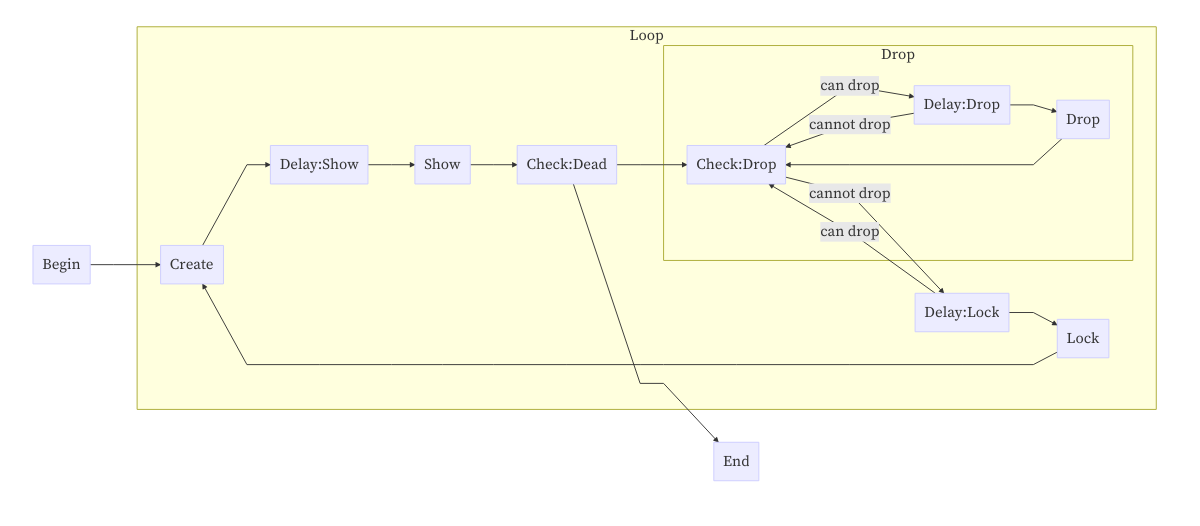
intris/design keeps this Mermaid diagram as engine.mmd.png. Above is the earlier version. Its source is kept beside it as engine.mmd.
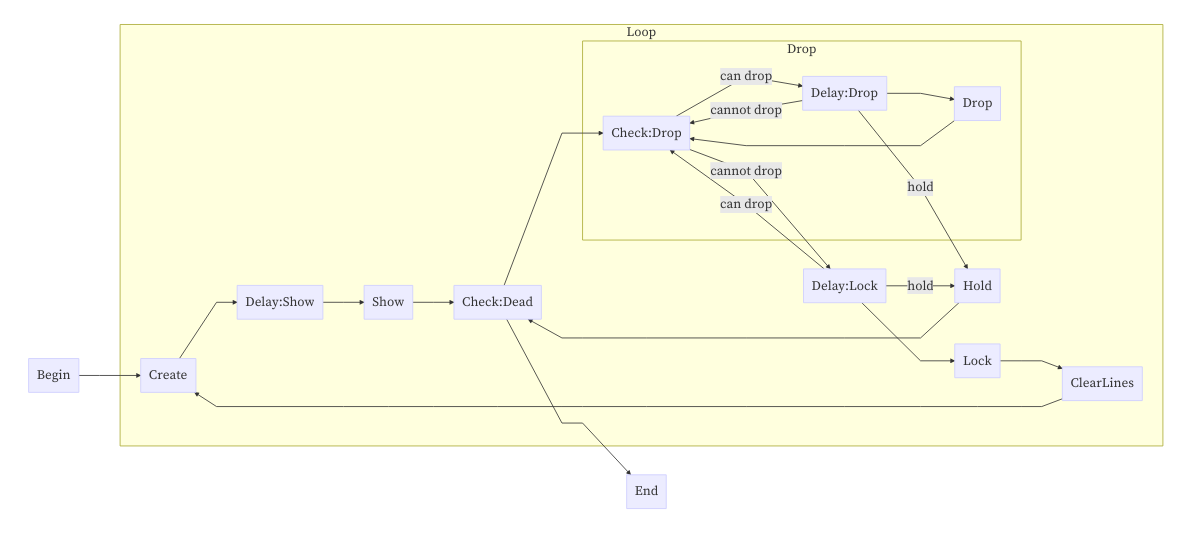
Above is the later version.

The edit, as a diff of the source:
```diff
@@ -13,7 +13,11 @@
     end
     Check:Drop -- cannot drop --> Delay:Lock
     Delay:Lock -- can drop --> Check:Drop
+    Delay:Drop -- hold --> Hold
+    Delay:Lock -- hold --> Hold
+    Hold --> Check:Dead
     Delay:Lock --> Lock
-    Lock --> Create
+    Lock --> ClearLines
+    ClearLines --> Create
   end
   Check:Dead --> End
```
